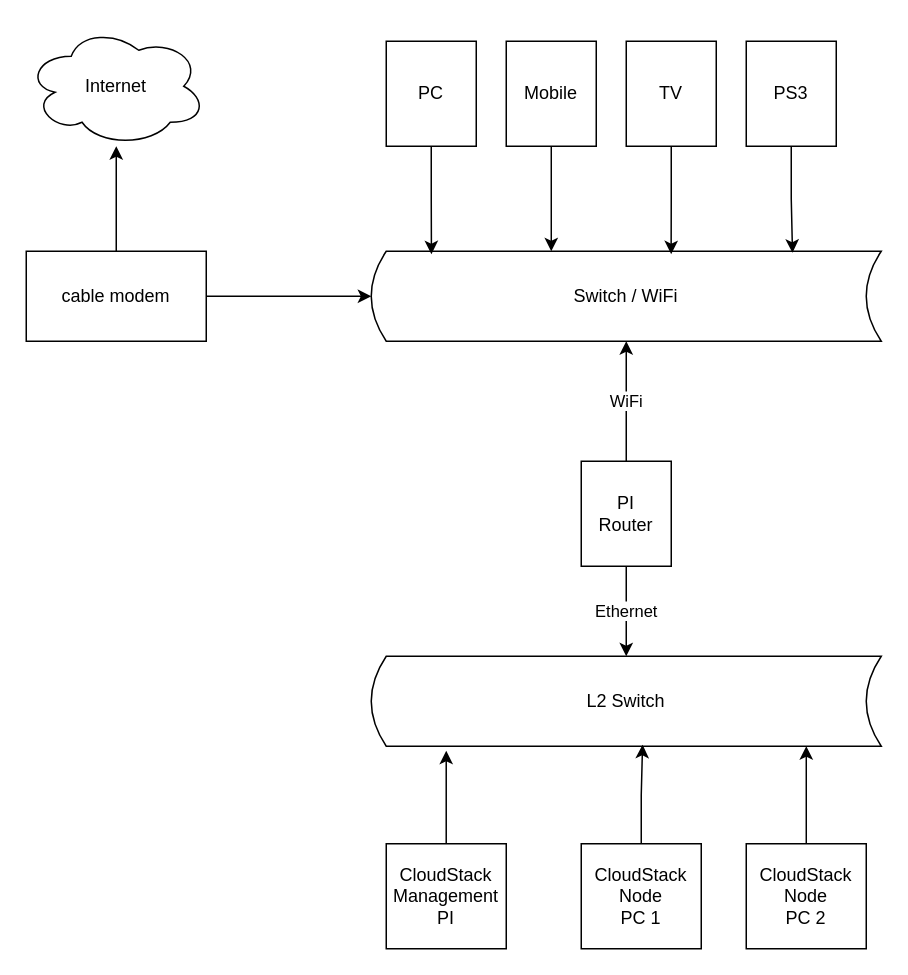
Before: home-network-design.drawio in snooops/dbaas-concept, a draw.io diagram. Source tidied: cells renumbered, new cells numbered last; positions are measured from the earlier drawing's top-left corner, leaving out a move shared by most shapes. Both pictures are drawn from the tidied source at 150%, with x=0, y=0 at pixel (26, 26).
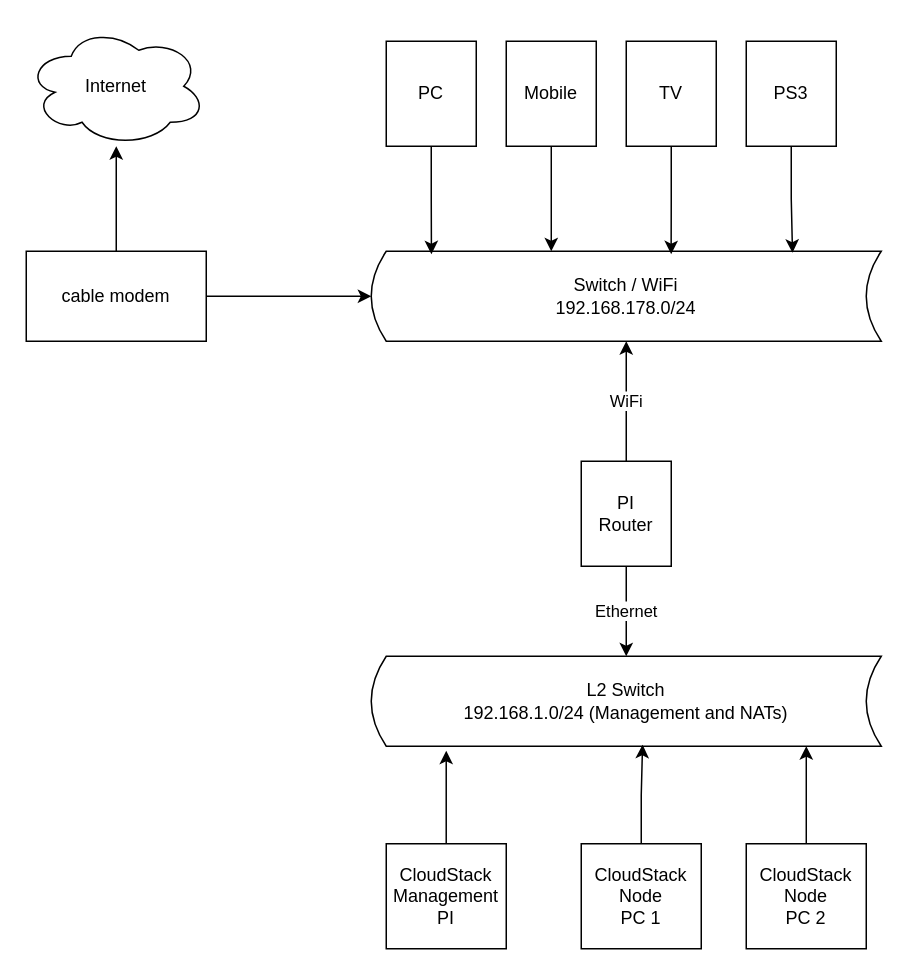
The same page after the edit.

What changed in the source:
```diff
@@
-    <mxCell id="6" value="Switch / WiFi" style="shape=dataStorage;whiteSpace=wrap;html=1;fixedSize=1;size=10;" parent="1" vertex="1">
+    <mxCell id="6" value="&lt;div&gt;Switch / WiFi&lt;/div&gt;&lt;div&gt;192.168.178.0/24&lt;br&gt;&lt;/div&gt;" style="shape=dataStorage;whiteSpace=wrap;html=1;fixedSize=1;size=10;" parent="1" vertex="1">
       <mxGeometry x="230" y="150" width="340" height="60" as="geometry" />
     </mxCell>
@@
-    <mxCell id="18" value="L2 Switch" style="shape=dataStorage;whiteSpace=wrap;html=1;fixedSize=1;size=10;" parent="1" vertex="1">
+    <mxCell id="18" value="&lt;div&gt;L2 Switch&lt;/div&gt;&lt;div&gt;192.168.1.0/24 (Management and NATs)&lt;br&gt;&lt;/div&gt;" style="shape=dataStorage;whiteSpace=wrap;html=1;fixedSize=1;size=10;" parent="1" vertex="1">
       <mxGeometry x="230" y="420" width="340" height="60" as="geometry" />
     </mxCell>
```
